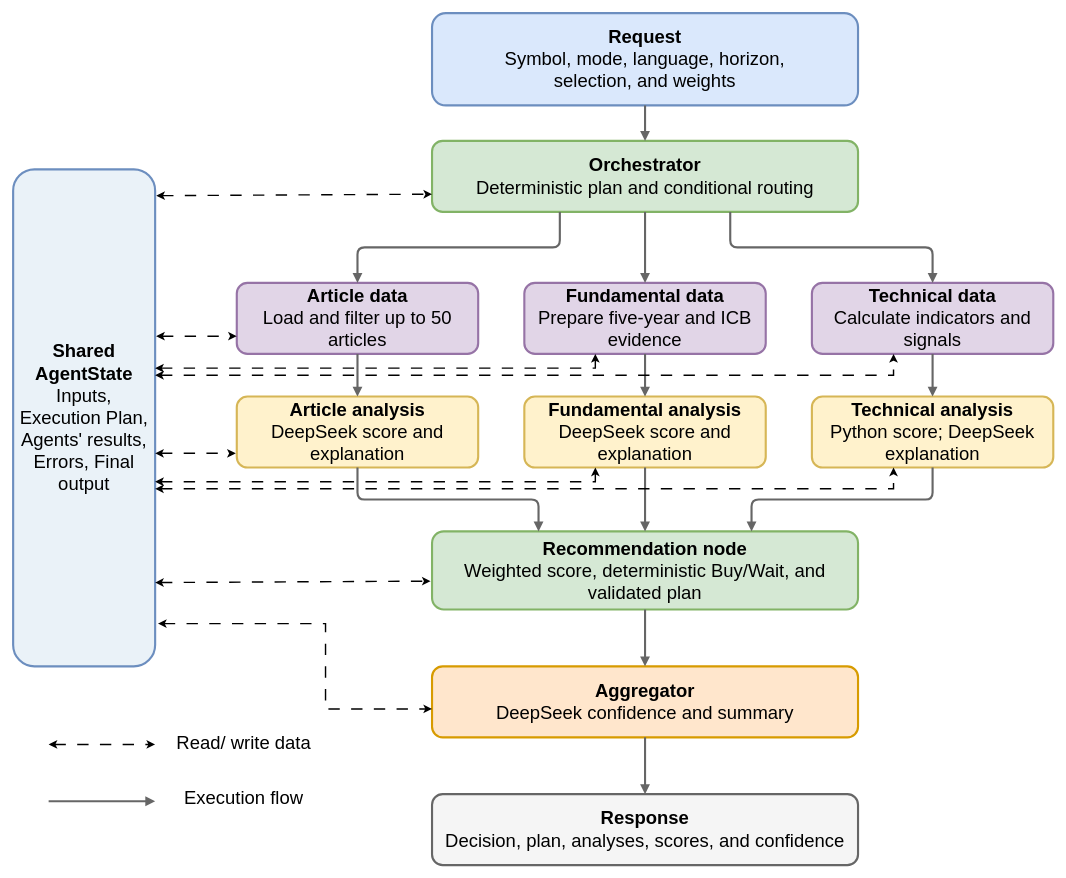
Above: report/diagrams/chapter4/stockrium_agent_topology_portrait.drawio in lqhuy04/Thesis-22125031-22125035 (draw.io), before the change. Source tidied: cells renumbered, new cells numbered last; positions are measured from the earlier drawing's top-left corner, leaving out a move shared by most shapes. Both pictures are drawn from the tidied source at 71%, with x=0, y=0 at pixel (13, 13).
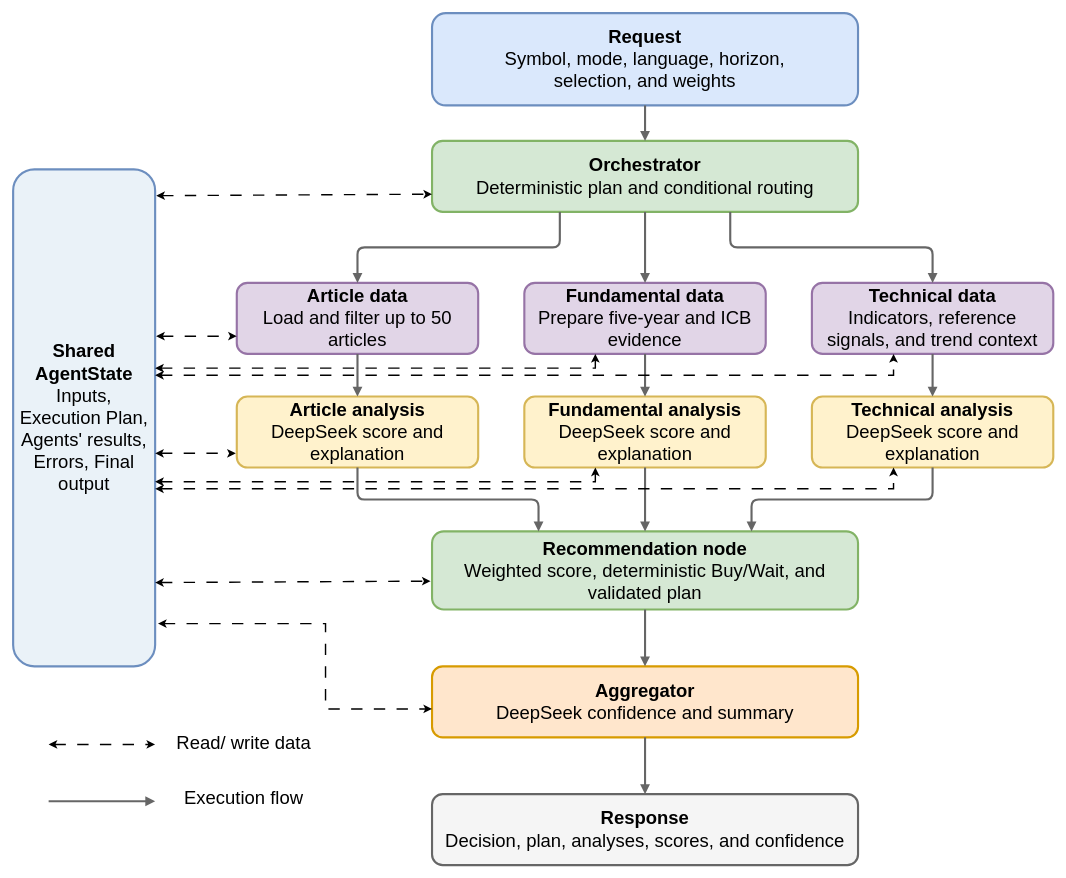
The same diagram, later.

Change to the diagram source:
```diff
@@
-    <mxCell id="6" value="&lt;b&gt;Technical data&lt;/b&gt;&lt;br&gt;Calculate indicators and signals" style="rounded=1;whiteSpace=wrap;html=1;fillColor=#e1d5e7;strokeColor=#9673a6;strokeWidth=3;fontSize=26;spacing=8;" parent="1" vertex="1">
+    <mxCell id="6" value="&lt;b&gt;Technical data&lt;/b&gt;&lt;br&gt;Indicators, reference signals, and trend context" style="rounded=1;whiteSpace=wrap;html=1;fillColor=#e1d5e7;strokeColor=#9673a6;strokeWidth=3;fontSize=26;spacing=8;" parent="1" vertex="1">
       <mxGeometry x="1125" y="380" width="340" height="100" as="geometry" />
     </mxCell>
@@
-    <mxCell id="9" value="&lt;b&gt;Technical analysis&lt;/b&gt;&lt;br&gt;Python score; DeepSeek explanation" style="rounded=1;whiteSpace=wrap;html=1;fillColor=#fff2cc;strokeColor=#d6b656;strokeWidth=3;fontSize=26;spacing=8;" parent="1" vertex="1">
+    <mxCell id="9" value="&lt;b&gt;Technical analysis&lt;/b&gt;&lt;br&gt;DeepSeek score and explanation" style="rounded=1;whiteSpace=wrap;html=1;fillColor=#fff2cc;strokeColor=#d6b656;strokeWidth=3;fontSize=26;spacing=8;" parent="1" vertex="1">
       <mxGeometry x="1125" y="540" width="340" height="100" as="geometry" />
     </mxCell>
```
